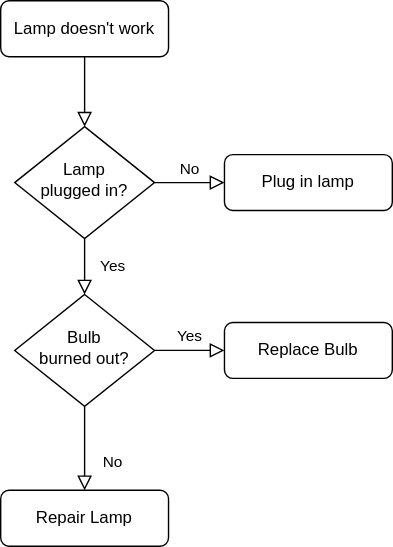
The draw.io diagram Program flowchart.drawio.svg in ILMORINEN/VkOnTheWay, before a commit. Source tidied: cells renumbered, new cells last; positions are measured from the earlier drawing's top-left corner, leaving out a move shared by most shapes.
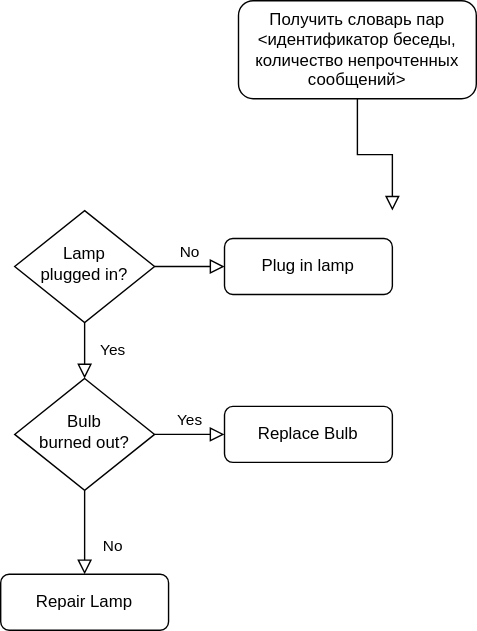
Above is the later version.

The edit, as a diff of the source:
```diff
@@ -2,11 +2,13 @@
   <root>
     <mxCell id="0" />
     <mxCell id="1" parent="0" />
-    <mxCell id="2" style="rounded=0;html=1;jettySize=auto;fontSize=11;endArrow=block;endFill=0;endSize=8;strokeWidth=1;shadow=0;labelBackgroundColor=none;edgeStyle=orthogonalEdgeStyle;" parent="1" edge="1" source="3" target="6">
-      <mxGeometry relative="1" as="geometry" />
+    <mxCell id="2" style="rounded=0;html=1;jettySize=auto;fontSize=11;endArrow=block;endFill=0;endSize=8;strokeWidth=1;shadow=0;labelBackgroundColor=none;edgeStyle=orthogonalEdgeStyle;exitX=0.5;exitY=1;exitDx=0;exitDy=0;" parent="1" edge="1" source="3">
+      <mxGeometry relative="1" as="geometry">
+        <mxPoint x="280" y="90" as="targetPoint" />
+      </mxGeometry>
     </mxCell>
-    <mxCell id="3" value="Lamp doesn't work" style="rounded=1;whiteSpace=wrap;html=1;fontSize=12;glass=0;strokeWidth=1;shadow=0;" parent="1" vertex="1">
-      <mxGeometry width="120" height="40" as="geometry" />
+    <mxCell id="3" value="Получить словарь пар &amp;lt;идентификатор беседы, количество непрочтенных сообщений&amp;gt;" style="rounded=1;whiteSpace=wrap;html=1;fontSize=12;glass=0;strokeWidth=1;shadow=0;" parent="1" vertex="1">
+      <mxGeometry x="170" y="-60" width="170" height="70" as="geometry" />
     </mxCell>
     <mxCell id="4" value="Yes" style="rounded=0;html=1;jettySize=auto;fontSize=11;endArrow=block;endFill=0;endSize=8;strokeWidth=1;shadow=0;labelBackgroundColor=none;edgeStyle=orthogonalEdgeStyle;" parent="1" edge="1" source="6" target="10">
       <mxGeometry y="20" relative="1" as="geometry" />
```
